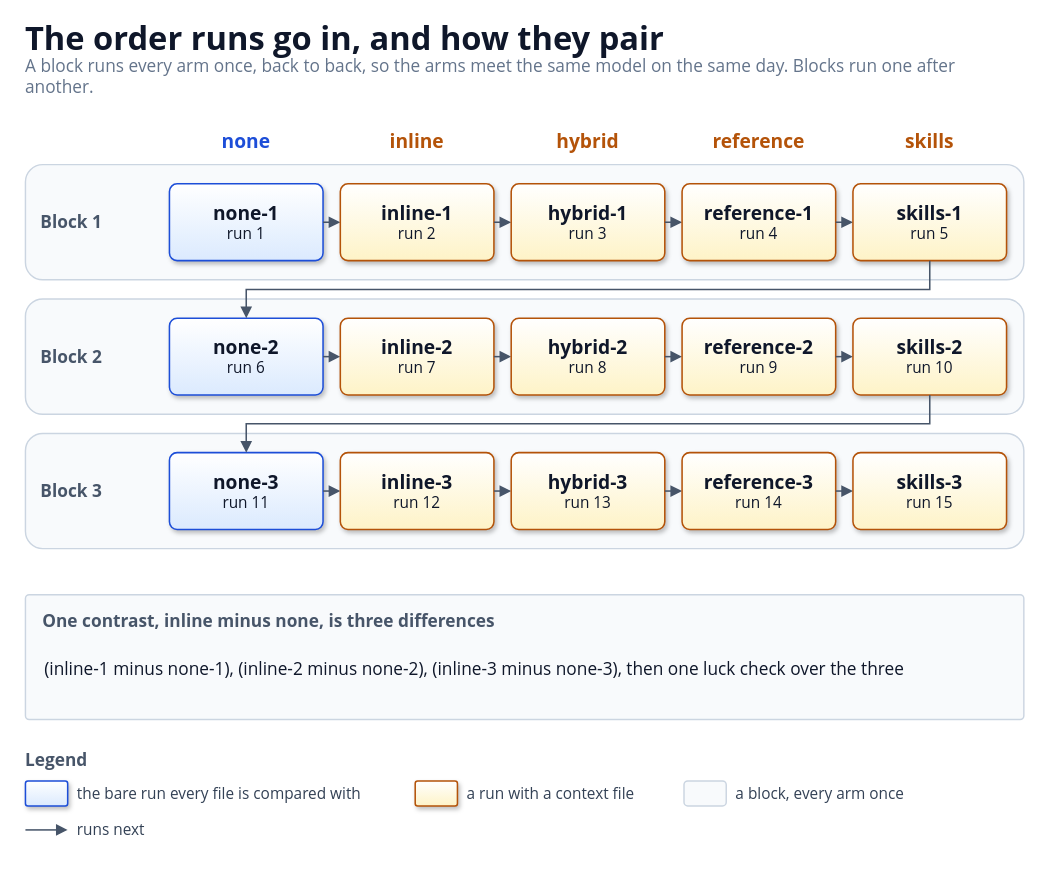
This is docs/diagrams/run-order.drawio from solid-ai-dev/solid-ai-benchmark, a draw.io file, before an edit. Source tidied: cells renumbered, new cells numbered last; positions are measured from the earlier drawing's top-left corner, leaving out a move shared by most shapes. Both pictures are drawn from the tidied source at 96%, with x=0, y=0 at pixel (25, 16).
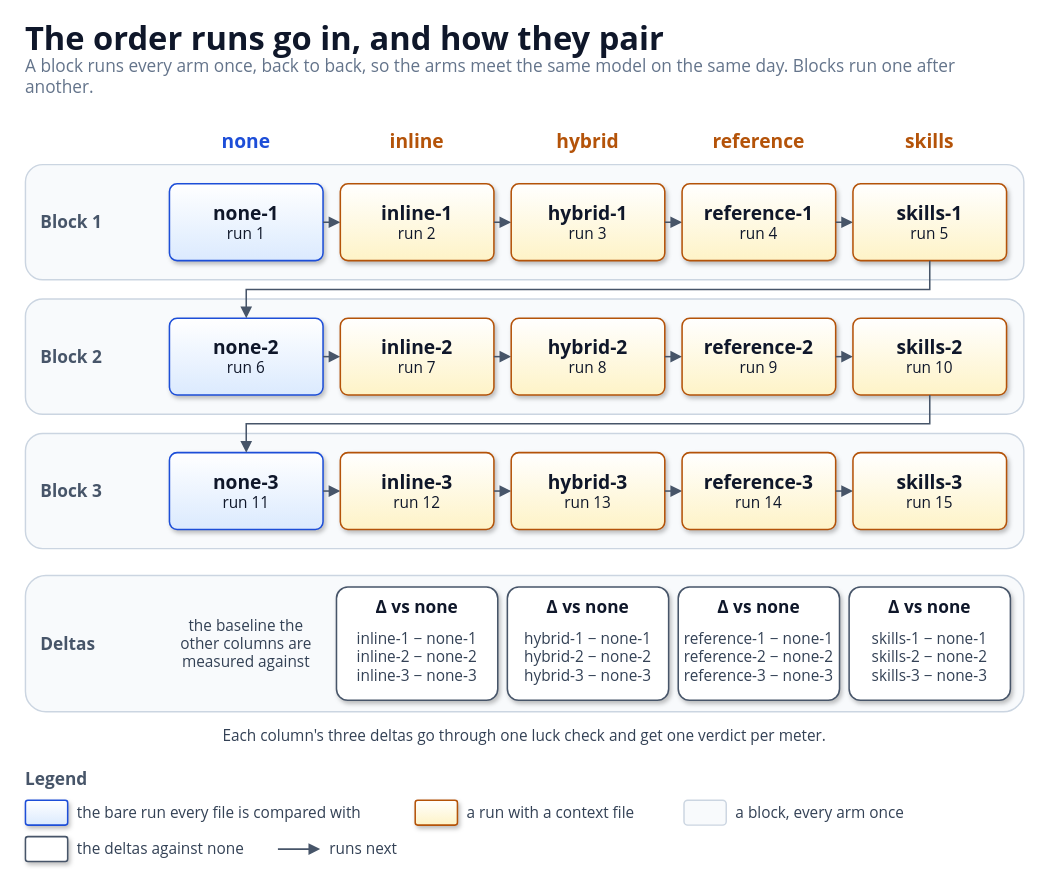
Above is the later version.

Commit message (it also covers changes not shown here):
docs(primer): show the deltas under each arm in the run order

Claude-Session: https://claude.ai/code/session_01HVh8GVGd72WUJ3BvM7TXQn

Diff of the diagram source:
```diff
@@
-    <mxCell id="44" value="One contrast, inline minus none, is three differences" style="rounded=1;arcSize=3;whiteSpace=wrap;html=1;fillColor=#F8FAFC;strokeColor=#CBD5E1;strokeWidth=1.5;verticalAlign=top;align=left;spacingLeft=16;spacingRight=16;spacingTop=10;fontFamily=Segoe UI;fontSize=18;fontStyle=1;fontColor=#475569;" parent="1" vertex="1">
-      <mxGeometry y="602" width="1040" height="130" as="geometry" />
+    <mxCell id="44" style="rounded=1;html=1;fillColor=#F8FAFC;strokeColor=#CBD5E1;strokeWidth=1.5;" parent="1" vertex="1">
+      <mxGeometry y="582" width="1040" height="142" as="geometry" />
     </mxCell>
-    <mxCell id="45" value="(inline-1 minus none-1), (inline-2 minus none-2), (inline-3 minus none-3), then one luck check over the three" style="text;html=1;whiteSpace=wrap;strokeColor=none;fillColor=none;align=left;verticalAlign=middle;fontFamily=Segoe UI;fontSize=18;fontColor=#0F172A;fontStyle=0;spacing=0;" parent="1" vertex="1">
-      <mxGeometry x="20" y="644" width="1000" height="70" as="geometry" />
+    <mxCell id="45" value="Deltas" style="text;html=1;whiteSpace=wrap;strokeColor=none;fillColor=none;align=left;verticalAlign=middle;fontFamily=Segoe UI;fontSize=18;fontColor=#475569;fontStyle=1;spacing=0;" parent="1" vertex="1">
+      <mxGeometry x="16" y="582" width="130" height="142" as="geometry" />
     </mxCell>
-    <mxCell id="46" value="Legend" style="text;html=1;whiteSpace=wrap;strokeColor=none;fillColor=none;align=left;verticalAlign=middle;fontFamily=Segoe UI;fontSize=18;fontColor=#475569;fontStyle=1;spacing=0;" parent="1" vertex="1">
-      <mxGeometry y="762" width="200" height="24" as="geometry" />
+    <mxCell id="46" value="the baseline the other columns are measured against" style="text;html=1;whiteSpace=wrap;strokeColor=none;fillColor=none;align=center;verticalAlign=middle;fontFamily=Segoe UI;fontSize=16;fontColor=#334155;fontStyle=0;spacing=0;" parent="1" vertex="1">
+      <mxGeometry x="150" y="592" width="160" height="122" as="geometry" />
     </mxCell>
-    <mxCell id="47" value="&lt;b style='font-size:20px'&gt;&lt;/b&gt;" style="rounded=1;arcSize=10;whiteSpace=wrap;html=1;fillColor=#DBEAFE;gradientColor=#FFFFFF;gradientDirection=north;strokeColor=#1D4ED8;strokeWidth=1.6;shadow=1;align=center;verticalAlign=middle;fontFamily=Segoe UI;fontColor=#0F172A;spacing=8;" parent="1" vertex="1">
-      <mxGeometry y="796" width="44" height="26" as="geometry" />
+    <mxCell id="47" value="&lt;b style='font-size:20px'&gt;&lt;/b&gt;" style="rounded=1;arcSize=10;whiteSpace=wrap;html=1;fillColor=#FFFFFF;gradientColor=#FFFFFF;gradientDirection=north;strokeColor=#475569;strokeWidth=1.6;shadow=1;align=center;verticalAlign=middle;fontFamily=Segoe UI;fontColor=#0F172A;spacing=8;" parent="1" vertex="1">
+      <mxGeometry x="324" y="594" width="168" height="118" as="geometry" />
     </mxCell>
-    <mxCell id="48" value="the bare run every file is compared with" style="text;html=1;whiteSpace=wrap;strokeColor=none;fillColor=none;align=left;verticalAlign=middle;fontFamily=Segoe UI;fontSize=16;fontColor=#334155;fontStyle=0;spacing=0;" parent="1" vertex="1">
-      <mxGeometry x="54" y="796" width="300" height="26" as="geometry" />
+    <mxCell id="48" value="&amp;Delta; vs none" style="text;html=1;whiteSpace=wrap;strokeColor=none;fillColor=none;align=center;verticalAlign=middle;fontFamily=Segoe UI;fontSize=18;fontColor=#0F172A;fontStyle=1;spacing=0;" parent="1" vertex="1">
+      <mxGeometry x="324" y="602" width="168" height="26" as="geometry" />
     </mxCell>
-    <mxCell id="49" value="&lt;b style='font-size:20px'&gt;&lt;/b&gt;" style="rounded=1;arcSize=10;whiteSpace=wrap;html=1;fillColor=#FEF3C7;gradientColor=#FFFFFF;gradientDirection=north;strokeColor=#B45309;strokeWidth=1.6;shadow=1;align=center;verticalAlign=middle;fontFamily=Segoe UI;fontColor=#0F172A;spacing=8;" parent="1" vertex="1">
-      <mxGeometry x="406" y="796" width="44" height="26" as="geometry" />
+    <mxCell id="49" value="inline-1 &amp;minus; none-1&lt;br&gt;inline-2 &amp;minus; none-2&lt;br&gt;inline-3 &amp;minus; none-3" style="text;html=1;whiteSpace=wrap;strokeColor=none;fillColor=none;align=center;verticalAlign=top;fontFamily=Segoe UI;fontSize=16;fontColor=#334155;fontStyle=0;spacing=0;" parent="1" vertex="1">
+      <mxGeometry x="324" y="634" width="168" height="96" as="geometry" />
     </mxCell>
-    <mxCell id="50" value="a run with a context file" style="text;html=1;whiteSpace=wrap;strokeColor=none;fillColor=none;align=left;verticalAlign=middle;fontFamily=Segoe UI;fontSize=16;fontColor=#334155;fontStyle=0;spacing=0;" parent="1" vertex="1">
-      <mxGeometry x="460" y="796" width="300" height="26" as="geometry" />
+    <mxCell id="50" value="&lt;b style='font-size:20px'&gt;&lt;/b&gt;" style="rounded=1;arcSize=10;whiteSpace=wrap;html=1;fillColor=#FFFFFF;gradientColor=#FFFFFF;gradientDirection=north;strokeColor=#475569;strokeWidth=1.6;shadow=1;align=center;verticalAlign=middle;fontFamily=Segoe UI;fontColor=#0F172A;spacing=8;" parent="1" vertex="1">
+      <mxGeometry x="502" y="594" width="168" height="118" as="geometry" />
     </mxCell>
-    <mxCell id="51" style="rounded=1;html=1;fillColor=#F8FAFC;strokeColor=#CBD5E1;strokeWidth=1.5;" parent="1" vertex="1">
-      <mxGeometry x="686" y="796" width="44" height="26" as="geometry" />
+    <mxCell id="51" value="&amp;Delta; vs none" style="text;html=1;whiteSpace=wrap;strokeColor=none;fillColor=none;align=center;verticalAlign=middle;fontFamily=Segoe UI;fontSize=18;fontColor=#0F172A;fontStyle=1;spacing=0;" parent="1" vertex="1">
+      <mxGeometry x="502" y="602" width="168" height="26" as="geometry" />
     </mxCell>
-    <mxCell id="52" value="a block, every arm once" style="text;html=1;whiteSpace=wrap;strokeColor=none;fillColor=none;align=left;verticalAlign=middle;fontFamily=Segoe UI;fontSize=16;fontColor=#334155;fontStyle=0;spacing=0;" parent="1" vertex="1">
-      <mxGeometry x="740" y="796" width="300" height="26" as="geometry" />
+    <mxCell id="52" value="hybrid-1 &amp;minus; none-1&lt;br&gt;hybrid-2 &amp;minus; none-2&lt;br&gt;hybrid-3 &amp;minus; none-3" style="text;html=1;whiteSpace=wrap;strokeColor=none;fillColor=none;align=center;verticalAlign=top;fontFamily=Segoe UI;fontSize=16;fontColor=#334155;fontStyle=0;spacing=0;" parent="1" vertex="1">
+      <mxGeometry x="502" y="634" width="168" height="96" as="geometry" />
     </mxCell>
-    <mxCell id="53" style="endArrow=block;endFill=1;endSize=8;html=1;strokeColor=#475569;strokeWidth=1.6;rounded=0;jumpStyle=none;" parent="1" edge="1">
-      <mxGeometry relative="1" as="geometry">
-        <mxPoint y="847" as="sourcePoint" />
-        <mxPoint x="44" y="847" as="targetPoint" />
-      </mxGeometry>
+    <mxCell id="53" value="&lt;b style='font-size:20px'&gt;&lt;/b&gt;" style="rounded=1;arcSize=10;whiteSpace=wrap;html=1;fillColor=#FFFFFF;gradientColor=#FFFFFF;gradientDirection=north;strokeColor=#475569;strokeWidth=1.6;shadow=1;align=center;verticalAlign=middle;fontFamily=Segoe UI;fontColor=#0F172A;spacing=8;" parent="1" vertex="1">
+      <mxGeometry x="680" y="594" width="168" height="118" as="geometry" />
     </mxCell>
-    <mxCell id="54" value="runs next" style="text;html=1;whiteSpace=wrap;strokeColor=none;fillColor=none;align=left;verticalAlign=middle;fontFamily=Segoe UI;fontSize=16;fontColor=#334155;fontStyle=0;spacing=0;" parent="1" vertex="1">
-      <mxGeometry x="54" y="834" width="300" height="26" as="geometry" />
+    <mxCell id="54" value="&amp;Delta; vs none" style="text;html=1;whiteSpace=wrap;strokeColor=none;fillColor=none;align=center;verticalAlign=middle;fontFamily=Segoe UI;fontSize=18;fontColor=#0F172A;fontStyle=1;spacing=0;" parent="1" vertex="1">
+      <mxGeometry x="680" y="602" width="168" height="26" as="geometry" />
     </mxCell>
+    <mxCell id="55" value="reference-1 &amp;minus; none-1&lt;br&gt;reference-2 &amp;minus; none-2&lt;br&gt;reference-3 &amp;minus; none-3" style="text;html=1;whiteSpace=wrap;strokeColor=none;fillColor=none;align=center;verticalAlign=top;fontFamily=Segoe UI;fontSize=16;fontColor=#334155;fontStyle=0;spacing=0;" parent="1" vertex="1">
+      <mxGeometry x="680" y="634" width="168" height="96" as="geometry" />
+    </mxCell>
+    <mxCell id="56" value="&lt;b style='font-size:20px'&gt;&lt;/b&gt;" style="rounded=1;arcSize=10;whiteSpace=wrap;html=1;fillColor=#FFFFFF;gradientColor=#FFFFFF;gradientDirection=north;strokeColor=#475569;strokeWidth=1.6;shadow=1;align=center;verticalAlign=middle;fontFamily=Segoe UI;fontColor=#0F172A;spacing=8;" parent="1" vertex="1">
+      <mxGeometry x="858" y="594" width="168" height="118" as="geometry" />
+    </mxCell>
+    <mxCell id="57" value="&amp;Delta; vs none" style="text;html=1;whiteSpace=wrap;strokeColor=none;fillColor=none;align=center;verticalAlign=middle;fontFamily=Segoe UI;fontSize=18;fontColor=#0F172A;fontStyle=1;spacing=0;" parent="1" vertex="1">
+      <mxGeometry x="858" y="602" width="168" height="26" as="geometry" />
+    </mxCell>
+    <mxCell id="58" value="skills-1 &amp;minus; none-1&lt;br&gt;skills-2 &amp;minus; none-2&lt;br&gt;skills-3 &amp;minus; none-3" style="text;html=1;whiteSpace=wrap;strokeColor=none;fillColor=none;align=center;verticalAlign=top;fontFamily=Segoe UI;fontSize=16;fontColor=#334155;fontStyle=0;spacing=0;" parent="1" vertex="1">
+      <mxGeometry x="858" y="634" width="168" height="96" as="geometry" />
+    </mxCell>
+    <mxCell id="59" value="Each column's three deltas go through one luck check and get one verdict per meter." style="text;html=1;whiteSpace=wrap;strokeColor=none;fillColor=none;align=center;verticalAlign=middle;fontFamily=Segoe UI;fontSize=16;fontColor=#334155;fontStyle=0;spacing=0;" parent="1" vertex="1">
+      <mxGeometry y="736" width="1040" height="26" as="geometry" />
+    </mxCell>
+    <mxCell id="60" value="Legend" style="text;html=1;whiteSpace=wrap;strokeColor=none;fillColor=none;align=left;verticalAlign=middle;fontFamily=Segoe UI;fontSize=18;fontColor=#475569;fontStyle=1;spacing=0;" parent="1" vertex="1">
+      <mxGeometry y="782" width="200" height="24" as="geometry" />
+    </mxCell>
+    <mxCell id="61" value="&lt;b style='font-size:20px'&gt;&lt;/b&gt;" style="rounded=1;arcSize=10;whiteSpace=wrap;html=1;fillColor=#DBEAFE;gradientColor=#FFFFFF;gradientDirection=north;strokeColor=#1D4ED8;strokeWidth=1.6;shadow=1;align=center;verticalAlign=middle;fontFamily=Segoe UI;fontColor=#0F172A;spacing=8;" parent="1" vertex="1">
+      <mxGeometry y="816" width="44" height="26" as="geometry" />
+    </mxCell>
+    <mxCell id="62" value="the bare run every file is compared with" style="text;html=1;whiteSpace=wrap;strokeColor=none;fillColor=none;align=left;verticalAlign=middle;fontFamily=Segoe UI;fontSize=16;fontColor=#334155;fontStyle=0;spacing=0;" parent="1" vertex="1">
+      <mxGeometry x="54" y="816" width="300" height="26" as="geometry" />
+    </mxCell>
+    <mxCell id="63" value="&lt;b style='font-size:20px'&gt;&lt;/b&gt;" style="rounded=1;arcSize=10;whiteSpace=wrap;html=1;fillColor=#FEF3C7;gradientColor=#FFFFFF;gradientDirection=north;strokeColor=#B45309;strokeWidth=1.6;shadow=1;align=center;verticalAlign=middle;fontFamily=Segoe UI;fontColor=#0F172A;spacing=8;" parent="1" vertex="1">
+      <mxGeometry x="406" y="816" width="44" height="26" as="geometry" />
+    </mxCell>
+    <mxCell id="64" value="a run with a context file" style="text;html=1;whiteSpace=wrap;strokeColor=none;fillColor=none;align=left;verticalAlign=middle;fontFamily=Segoe UI;fontSize=16;fontColor=#334155;fontStyle=0;spacing=0;" parent="1" vertex="1">
+      <mxGeometry x="460" y="816" width="300" height="26" as="geometry" />
+    </mxCell>
+    <mxCell id="65" style="rounded=1;html=1;fillColor=#F8FAFC;strokeColor=#CBD5E1;strokeWidth=1.5;" parent="1" vertex="1">
+      <mxGeometry x="686" y="816" width="44" height="26" as="geometry" />
+    </mxCell>
+    <mxCell id="66" value="a block, every arm once" style="text;html=1;whiteSpace=wrap;strokeColor=none;fillColor=none;align=left;verticalAlign=middle;fontFamily=Segoe UI;fontSize=16;fontColor=#334155;fontStyle=0;spacing=0;" parent="1" vertex="1">
+      <mxGeometry x="740" y="816" width="300" height="26" as="geometry" />
+    </mxCell>
+    <mxCell id="67" value="&lt;b style='font-size:20px'&gt;&lt;/b&gt;" style="rounded=1;arcSize=10;whiteSpace=wrap;html=1;fillColor=#FFFFFF;gradientColor=#FFFFFF;gradientDirection=north;strokeColor=#475569;strokeWidth=1.6;shadow=1;align=center;verticalAlign=middle;fontFamily=Segoe UI;fontColor=#0F172A;spacing=8;" parent="1" vertex="1">
+      <mxGeometry y="854" width="44" height="26" as="geometry" />
+    </mxCell>
+    <mxCell id="68" value="the deltas against none" style="text;html=1;whiteSpace=wrap;strokeColor=none;fillColor=none;align=left;verticalAlign=middle;fontFamily=Segoe UI;fontSize=16;fontColor=#334155;fontStyle=0;spacing=0;" parent="1" vertex="1">
+      <mxGeometry x="54" y="854" width="300" height="26" as="geometry" />
+    </mxCell>
+    <mxCell id="69" style="endArrow=block;endFill=1;endSize=8;html=1;strokeColor=#475569;strokeWidth=1.6;rounded=0;jumpStyle=none;" parent="1" edge="1">
+      <mxGeometry relative="1" as="geometry">
+        <mxPoint x="263" y="867" as="sourcePoint" />
+        <mxPoint x="307" y="867" as="targetPoint" />
+      </mxGeometry>
+    </mxCell>
+    <mxCell id="70" value="runs next" style="text;html=1;whiteSpace=wrap;strokeColor=none;fillColor=none;align=left;verticalAlign=middle;fontFamily=Segoe UI;fontSize=16;fontColor=#334155;fontStyle=0;spacing=0;" parent="1" vertex="1">
+      <mxGeometry x="317" y="854" width="300" height="26" as="geometry" />
+    </mxCell>
```
